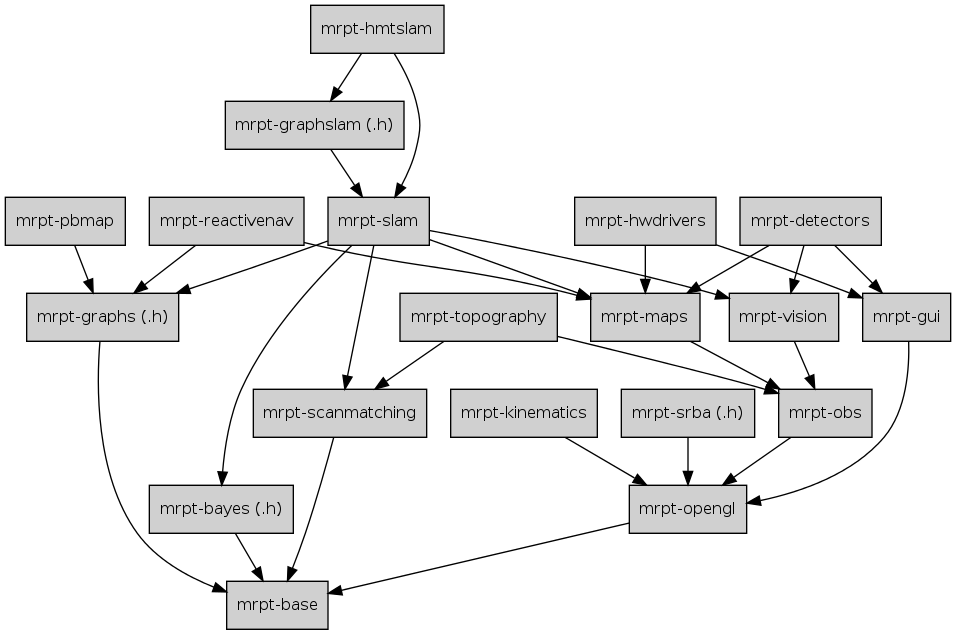
MRPT/mrpt keeps this Graphviz diagram as doc/design_of_images/graph_mrpt_libs.png. Above is the earlier version. Its source is kept beside it as doc/design_of_images/graph_mrpt_libs.dot.
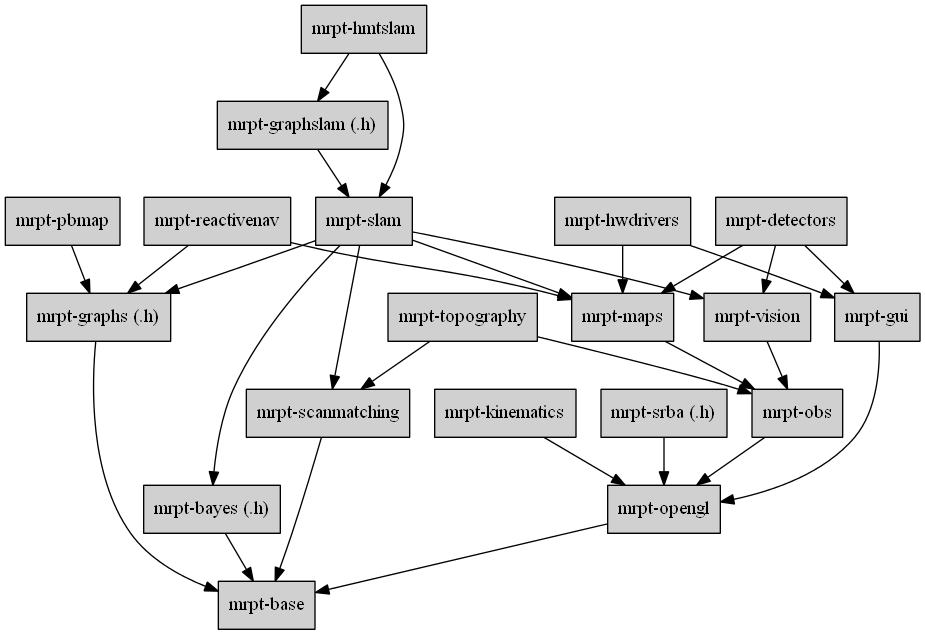
The same diagram one commit later.

Commit message:
Graphviz graph of MRPT libs: attempt to fix a font error

What changed in the source:
```diff
@@ -1,6 +1,6 @@
 digraph MRPT_LIBS {
 
-	node [shape=box,style=filled, fillcolor="#D0D0D0",fontsize=12];
+	node [shape=box,style=filled, fillcolor="#D0D0D0"];
 
 	base 		[label="mrpt-base",URL="group__mrpt__base__grp.html"];
 	graphs		[label="mrpt-graphs (.h)",URL="group__mrpt__graphs__grp.html"];
```
